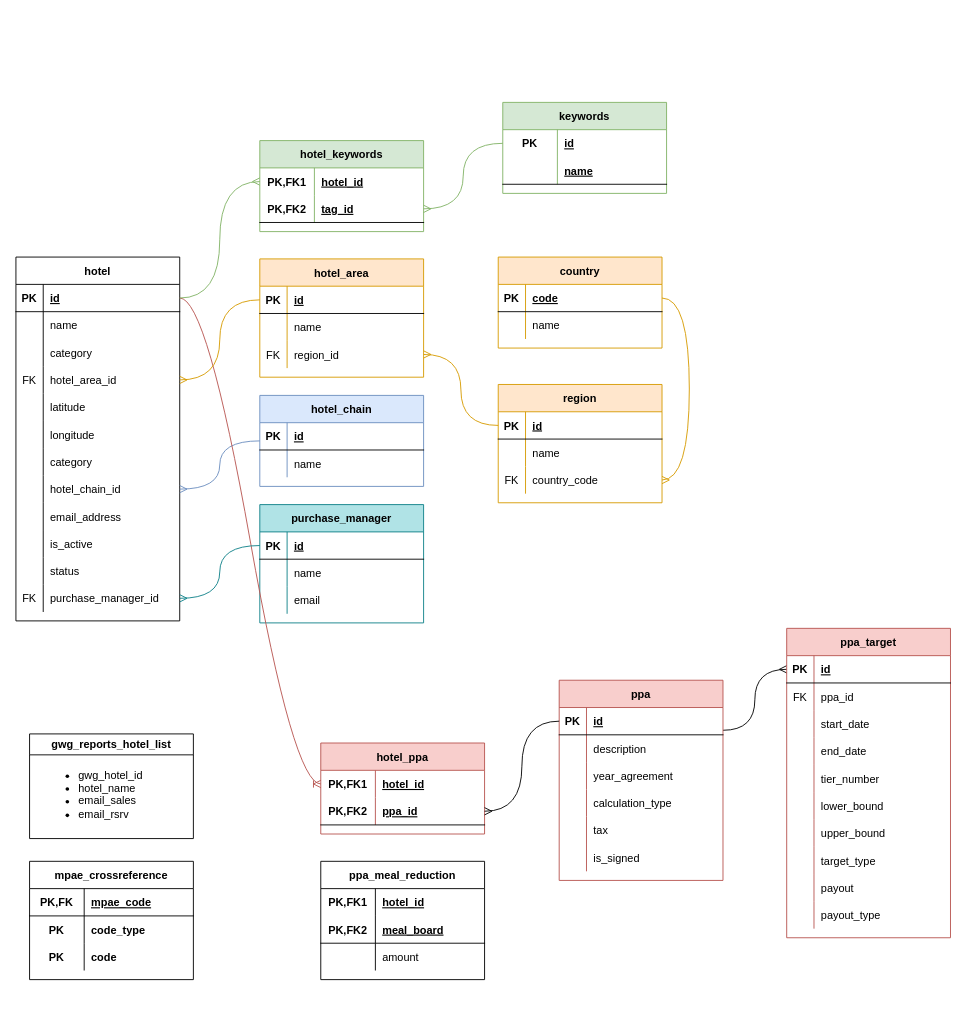
The draw.io diagram hotels_master_list.drawio in justivan/drawio-diagrams, before the edit. Source tidied: cells renumbered, new cells numbered last; positions are measured from the earlier drawing's top-left corner, leaving out a move shared by most shapes. Both pictures are drawn from the tidied source at 91%, with x=0, y=0 at pixel (15, 102).
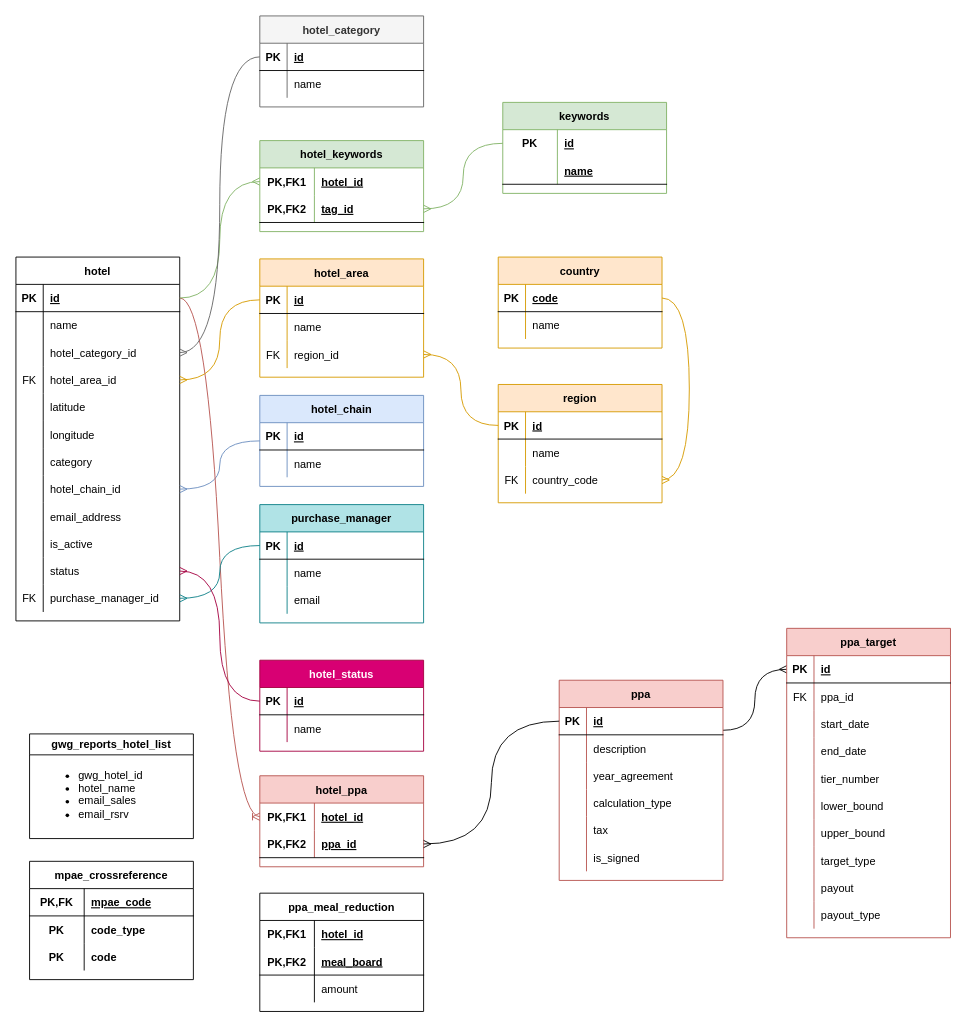
After the change.

The change refers to these unchanged cells:
```xml
<mxCell id="9" style="shape=tableRow;horizontal=0;startSize=0;swimlaneHead=0;swimlaneBody=0;fillColor=none;points=[[0,0.5],[1,0.5]];portConstraint=eastwest;top=0;left=0;right=0;bottom=0;" parent="2" vertex="1">
  <mxGeometry y="90" width="180" height="30" as="geometry" />
</mxCell>
<mxCell id="33" style="shape=tableRow;horizontal=0;startSize=0;swimlaneHead=0;swimlaneBody=0;fillColor=none;points=[[0,0.5],[1,0.5]];portConstraint=eastwest;top=0;left=0;right=0;bottom=0;" parent="2" vertex="1">
  <mxGeometry y="330" width="180" height="30" as="geometry" />
</mxCell>
```

Change to the diagram source:
```diff
@@
-    <mxCell id="11" value="category" style="shape=partialRectangle;fillColor=none;top=0;left=0;bottom=0;right=0;align=left;spacingLeft=6;overflow=hidden;" parent="9" vertex="1">
+    <mxCell id="11" value="hotel_category_id" style="shape=partialRectangle;fillColor=none;top=0;left=0;bottom=0;right=0;align=left;spacingLeft=6;overflow=hidden;" parent="9" vertex="1">
       <mxGeometry x="30" width="150" height="30" as="geometry" />
     </mxCell>
@@
     <mxCell id="99" value="hotel_ppa" style="shape=table;startSize=30;childLayout=tableLayout;rowLines=0;fontStyle=1;align=center;fillColor=#f8cecc;strokeColor=#b85450;" parent="1" vertex="1">
-      <mxGeometry x="335" y="704" width="180" height="100" as="geometry" />
+      <mxGeometry x="268" y="740" width="180" height="100" as="geometry" />
     </mxCell>
@@
     <mxCell id="159" value="ppa_meal_reduction" style="shape=table;startSize=30;childLayout=tableLayout;rowLines=0;fontStyle=1;align=center;" parent="1" vertex="1">
-      <mxGeometry x="335" y="834" width="180" height="130" as="geometry" />
+      <mxGeometry x="268" y="869" width="180" height="130" as="geometry" />
     </mxCell>
@@
+    <mxCell id="187" style="edgeStyle=orthogonalEdgeStyle;curved=1;rounded=0;jettySize=auto;html=1;entryX=1;entryY=0.5;entryDx=0;entryDy=0;exitX=0;exitY=0.5;exitDx=0;exitDy=0;fillColor=#f5f5f5;strokeColor=#666666;endArrow=ERmany;endFill=0;" parent="1" edge="1" source="189" target="9">
+      <mxGeometry relative="1" as="geometry" />
+    </mxCell>
+    <mxCell id="188" value="hotel_category" style="shape=table;startSize=30;childLayout=tableLayout;rowLines=0;fontStyle=1;align=center;fillColor=#f5f5f5;strokeColor=#666666;fontColor=#333333;" parent="1" vertex="1">
+      <mxGeometry x="268" y="-95" width="180" height="100" as="geometry" />
+    </mxCell>
+    <mxCell id="189" style="shape=tableRow;horizontal=0;startSize=0;swimlaneHead=0;swimlaneBody=0;fillColor=none;points=[[0,0.5],[1,0.5]];portConstraint=eastwest;top=0;left=0;right=0;bottom=1;" parent="188" vertex="1">
+      <mxGeometry y="30" width="180" height="30" as="geometry" />
+    </mxCell>
+    <mxCell id="190" value="PK" style="shape=partialRectangle;fillColor=none;top=0;left=0;bottom=0;right=0;fontStyle=1;overflow=hidden;" parent="189" vertex="1">
+      <mxGeometry width="30" height="30" as="geometry" />
+    </mxCell>
+    <mxCell id="191" value="id" style="shape=partialRectangle;fillColor=none;top=0;left=0;bottom=0;right=0;align=left;spacingLeft=6;fontStyle=5;overflow=hidden;" parent="189" vertex="1">
+      <mxGeometry x="30" width="150" height="30" as="geometry" />
+    </mxCell>
+    <mxCell id="192" style="shape=tableRow;horizontal=0;startSize=0;swimlaneHead=0;swimlaneBody=0;fillColor=none;top=0;left=0;right=0;bottom=0;" parent="188" vertex="1">
+      <mxGeometry y="60" width="180" height="30" as="geometry" />
+    </mxCell>
+    <mxCell id="193" style="shape=partialRectangle;fillColor=none;top=0;left=0;bottom=0;right=0;overflow=hidden;" parent="192" vertex="1">
+      <mxGeometry width="30" height="30" as="geometry" />
+    </mxCell>
+    <mxCell id="194" value="name" style="shape=partialRectangle;fillColor=none;top=0;left=0;bottom=0;right=0;align=left;spacingLeft=6;overflow=hidden;" parent="192" vertex="1">
+      <mxGeometry x="30" width="150" height="30" as="geometry" />
+    </mxCell>
+    <mxCell id="195" value="hotel_status" style="shape=table;startSize=30;childLayout=tableLayout;rowLines=0;fontStyle=1;align=center;fillColor=#d80073;strokeColor=#A50040;fontColor=#ffffff;" parent="1" vertex="1">
+      <mxGeometry x="268" y="613" width="180" height="100" as="geometry" />
+    </mxCell>
+    <mxCell id="196" style="shape=tableRow;horizontal=0;startSize=0;swimlaneHead=0;swimlaneBody=0;fillColor=none;points=[[0,0.5],[1,0.5]];portConstraint=eastwest;top=0;left=0;right=0;bottom=1;" parent="195" vertex="1">
+      <mxGeometry y="30" width="180" height="30" as="geometry" />
+    </mxCell>
+    <mxCell id="197" value="PK" style="shape=partialRectangle;fillColor=none;top=0;left=0;bottom=0;right=0;fontStyle=1;overflow=hidden;" parent="196" vertex="1">
+      <mxGeometry width="30" height="30" as="geometry" />
+    </mxCell>
+    <mxCell id="198" value="id" style="shape=partialRectangle;fillColor=none;top=0;left=0;bottom=0;right=0;align=left;spacingLeft=6;fontStyle=5;overflow=hidden;" parent="196" vertex="1">
+      <mxGeometry x="30" width="150" height="30" as="geometry" />
+    </mxCell>
+    <mxCell id="199" style="shape=tableRow;horizontal=0;startSize=0;swimlaneHead=0;swimlaneBody=0;fillColor=none;top=0;left=0;right=0;bottom=0;" parent="195" vertex="1">
+      <mxGeometry y="60" width="180" height="30" as="geometry" />
+    </mxCell>
+    <mxCell id="200" style="shape=partialRectangle;fillColor=none;top=0;left=0;bottom=0;right=0;overflow=hidden;" parent="199" vertex="1">
+      <mxGeometry width="30" height="30" as="geometry" />
+    </mxCell>
+    <mxCell id="201" value="name" style="shape=partialRectangle;fillColor=none;top=0;left=0;bottom=0;right=0;align=left;spacingLeft=6;overflow=hidden;" parent="199" vertex="1">
+      <mxGeometry x="30" width="150" height="30" as="geometry" />
+    </mxCell>
+    <mxCell id="202" style="edgeStyle=orthogonalEdgeStyle;curved=1;rounded=0;jettySize=auto;html=1;entryX=1;entryY=0.5;entryDx=0;entryDy=0;endArrow=ERmany;endFill=0;fillColor=#d80073;strokeColor=#A50040;" parent="1" edge="1" source="196" target="33">
+      <mxGeometry relative="1" as="geometry" />
+    </mxCell>
```
